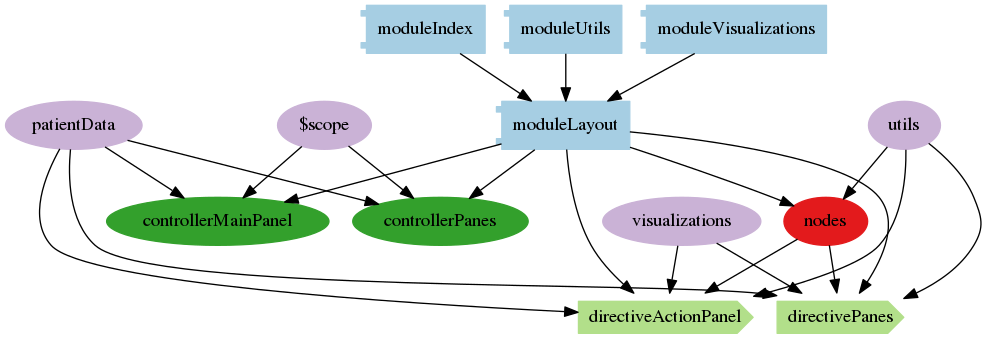
Above: architecture/png/modules/moduleLayout.png in nevesnunes/MultiViz (Graphviz), before the change. Its source is kept beside it as architecture/dot/modules/moduleLayout.dot.
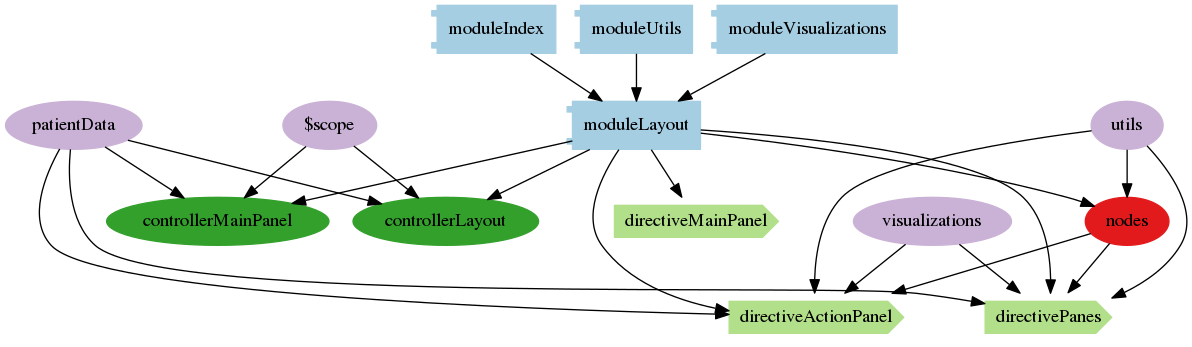
Above is the later version.

The edit, as a diff of the source:
```diff
@@ -25,8 +25,8 @@
       "controllerMainPanel"[label="controllerMainPanel", color=4]
       "moduleLayout" -> "controllerMainPanel"
 
-      "controllerPanes"[label="controllerPanes", color=4]
-      "moduleLayout" -> "controllerPanes"
+      "controllerLayout"[label="controllerLayout", color=4]
+      "moduleLayout" -> "controllerLayout"
 
 
 
@@ -39,6 +39,9 @@
     node[shape="cds"]
 
 
+
+      "directiveMainPanel"[label="directiveMainPanel", color=3]
+      "moduleLayout" -> "directiveMainPanel"
 
       "directiveActionPanel"[label="directiveActionPanel", color=3]
       "moduleLayout" -> "directiveActionPanel"
@@ -56,6 +59,8 @@
 
 
     node[shape="ellipse",style="filled", color=9]
+
+
 
 
 
@@ -100,10 +105,10 @@
 
 
         "$scope"[label="$scope"]
-        "$scope" -> "controllerPanes"
+        "$scope" -> "controllerLayout"
 
         "patientData"[label="patientData"]
-        "patientData" -> "controllerPanes"
+        "patientData" -> "controllerLayout"
 
 
 
```
